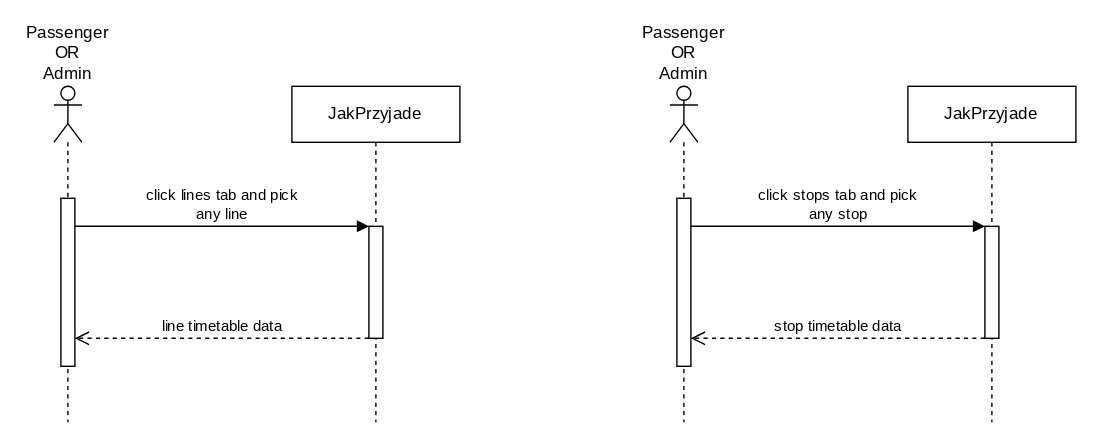
PWR-ACS-SE-24/SoftwareSystemDesign keeps this draw.io diagram as documentation/course/e2/images/sequence-diagram-scenario-check-timetable.drawio.svg. Above is the earlier version. Source tidied: cells renumbered, new cells last; positions are measured from the earlier drawing's top-left corner, leaving out a move shared by most shapes.
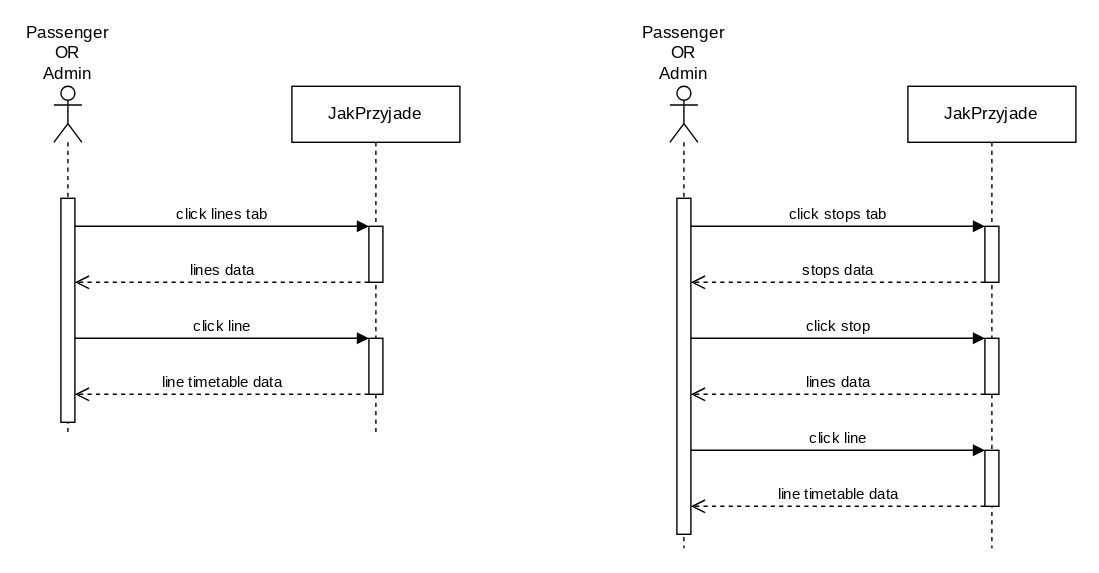
The same diagram one commit later.

Commit message:
Split actions in sequence diagram

The edit, as a diff of the source:
```diff
@@ -3,56 +3,124 @@
     <mxCell id="0" />
     <mxCell id="1" parent="0" />
     <mxCell id="2" value="Passenger&lt;br&gt;OR&lt;br&gt;Admin" style="shape=umlLifeline;perimeter=lifelinePerimeter;whiteSpace=wrap;html=1;newEdgeStyle={&quot;curved&quot;:0,&quot;rounded&quot;:0};participant=umlActor;labelPosition=center;verticalLabelPosition=top;align=center;verticalAlign=bottom;fontFamily=JetBrains Mono;fontSource=https%3A%2F%2Ffonts.googleapis.com%2Fcss%3Ffamily%3DJetBrains%2BMono;" parent="1" vertex="1">
-      <mxGeometry width="20" height="240" as="geometry" />
+      <mxGeometry width="20" height="250" as="geometry" />
     </mxCell>
     <mxCell id="3" style="html=1;points=[[0,0,0,0,5],[0,1,0,0,-5],[1,0,0,0,5],[1,1,0,0,-5]];perimeter=orthogonalPerimeter;outlineConnect=0;targetShapes=umlLifeline;portConstraint=eastwest;newEdgeStyle={&quot;curved&quot;:0,&quot;rounded&quot;:0};fontFamily=JetBrains Mono;fontSource=https%3A%2F%2Ffonts.googleapis.com%2Fcss%3Ffamily%3DJetBrains%2BMono;" parent="2" vertex="1">
-      <mxGeometry x="5" y="80" width="10" height="120" as="geometry" />
+      <mxGeometry x="5" y="80" width="10" height="160" as="geometry" />
     </mxCell>
     <mxCell id="4" value="JakPrzyjade" style="shape=umlLifeline;perimeter=lifelinePerimeter;whiteSpace=wrap;html=1;newEdgeStyle={&quot;curved&quot;:0,&quot;rounded&quot;:0};fontFamily=JetBrains Mono;fontSource=https%3A%2F%2Ffonts.googleapis.com%2Fcss%3Ffamily%3DJetBrains%2BMono;" parent="1" vertex="1">
-      <mxGeometry x="170" width="120" height="240" as="geometry" />
+      <mxGeometry x="170" width="120" height="250" as="geometry" />
     </mxCell>
     <mxCell id="5" style="html=1;points=[[0,0,0,0,5],[0,1,0,0,-5],[1,0,0,0,5],[1,1,0,0,-5]];perimeter=orthogonalPerimeter;outlineConnect=0;targetShapes=umlLifeline;portConstraint=eastwest;newEdgeStyle={&quot;curved&quot;:0,&quot;rounded&quot;:0};fontFamily=JetBrains Mono;fontSource=https%3A%2F%2Ffonts.googleapis.com%2Fcss%3Ffamily%3DJetBrains%2BMono;" parent="4" vertex="1">
-      <mxGeometry x="55" y="100" width="10" height="80" as="geometry" />
+      <mxGeometry x="55" y="100" width="10" height="40" as="geometry" />
     </mxCell>
+    <mxCell id="14" style="html=1;points=[[0,0,0,0,5],[0,1,0,0,-5],[1,0,0,0,5],[1,1,0,0,-5]];perimeter=orthogonalPerimeter;outlineConnect=0;targetShapes=umlLifeline;portConstraint=eastwest;newEdgeStyle={&quot;curved&quot;:0,&quot;rounded&quot;:0};fontFamily=JetBrains Mono;fontSource=https%3A%2F%2Ffonts.googleapis.com%2Fcss%3Ffamily%3DJetBrains%2BMono;" parent="4" vertex="1">
+      <mxGeometry x="55" y="180" width="10" height="40" as="geometry" />
+    </mxCell>
+    <mxCell id="15" value="click line" style="html=1;verticalAlign=bottom;endArrow=block;curved=0;rounded=0;fontFamily=JetBrains Mono;fontSource=https%3A%2F%2Ffonts.googleapis.com%2Fcss%3Ffamily%3DJetBrains%2BMono;" parent="4" edge="1" target="14">
+      <mxGeometry relative="1" as="geometry">
+        <mxPoint x="-155" y="180" as="sourcePoint" />
+        <Array as="points">
+          <mxPoint x="-90" y="180" />
+        </Array>
+      </mxGeometry>
+    </mxCell>
+    <mxCell id="16" value="line timetable data" style="html=1;verticalAlign=bottom;endArrow=open;dashed=1;endSize=8;curved=0;rounded=0;fontFamily=JetBrains Mono;fontSource=https%3A%2F%2Ffonts.googleapis.com%2Fcss%3Ffamily%3DJetBrains%2BMono;" parent="4" edge="1">
+      <mxGeometry relative="1" as="geometry">
+        <mxPoint x="55" y="220" as="sourcePoint" />
+        <mxPoint x="-155" y="220" as="targetPoint" />
+        <Array as="points">
+          <mxPoint x="-90" y="220" />
+        </Array>
+      </mxGeometry>
+    </mxCell>
-    <mxCell id="6" value="click lines tab and pick&lt;br&gt;any line" style="html=1;verticalAlign=bottom;endArrow=block;curved=0;rounded=0;fontFamily=JetBrains Mono;fontSource=https%3A%2F%2Ffonts.googleapis.com%2Fcss%3Ffamily%3DJetBrains%2BMono;" parent="1" edge="1" source="3" target="5">
+    <mxCell id="6" value="click lines tab" style="html=1;verticalAlign=bottom;endArrow=block;curved=0;rounded=0;fontFamily=JetBrains Mono;fontSource=https%3A%2F%2Ffonts.googleapis.com%2Fcss%3Ffamily%3DJetBrains%2BMono;" parent="1" edge="1">
       <mxGeometry relative="1" as="geometry">
+        <mxPoint x="15" y="100" as="sourcePoint" />
+        <mxPoint x="225" y="100" as="targetPoint" />
         <Array as="points">
           <mxPoint x="80" y="100" />
         </Array>
       </mxGeometry>
     </mxCell>
-    <mxCell id="7" value="line timetable data" style="html=1;verticalAlign=bottom;endArrow=open;dashed=1;endSize=8;curved=0;rounded=0;fontFamily=JetBrains Mono;fontSource=https%3A%2F%2Ffonts.googleapis.com%2Fcss%3Ffamily%3DJetBrains%2BMono;" parent="1" edge="1" source="5" target="3">
+    <mxCell id="7" value="lines data" style="html=1;verticalAlign=bottom;endArrow=open;dashed=1;endSize=8;curved=0;rounded=0;fontFamily=JetBrains Mono;fontSource=https%3A%2F%2Ffonts.googleapis.com%2Fcss%3Ffamily%3DJetBrains%2BMono;" parent="1" edge="1">
       <mxGeometry relative="1" as="geometry">
+        <mxPoint x="225" y="140" as="sourcePoint" />
+        <mxPoint x="15" y="140" as="targetPoint" />
         <Array as="points">
-          <mxPoint x="80" y="180" />
+          <mxPoint x="80" y="140" />
         </Array>
       </mxGeometry>
     </mxCell>
     <mxCell id="8" value="Passenger&lt;br&gt;OR&lt;br&gt;Admin" style="shape=umlLifeline;perimeter=lifelinePerimeter;whiteSpace=wrap;html=1;newEdgeStyle={&quot;curved&quot;:0,&quot;rounded&quot;:0};participant=umlActor;labelPosition=center;verticalLabelPosition=top;align=center;verticalAlign=bottom;fontFamily=JetBrains Mono;fontSource=https%3A%2F%2Ffonts.googleapis.com%2Fcss%3Ffamily%3DJetBrains%2BMono;" parent="1" vertex="1">
-      <mxGeometry x="440" width="20" height="240" as="geometry" />
+      <mxGeometry x="440" width="20" height="330" as="geometry" />
     </mxCell>
-    <mxCell id="9" style="html=1;points=[[0,0,0,0,5],[0,1,0,0,-5],[1,0,0,0,5],[1,1,0,0,-5]];perimeter=orthogonalPerimeter;outlineConnect=0;targetShapes=umlLifeline;portConstraint=eastwest;newEdgeStyle={&quot;curved&quot;:0,&quot;rounded&quot;:0};fontFamily=JetBrains Mono;fontSource=https%3A%2F%2Ffonts.googleapis.com%2Fcss%3Ffamily%3DJetBrains%2BMono;" parent="8" vertex="1">
-      <mxGeometry x="5" y="80" width="10" height="120" as="geometry" />
-    </mxCell>
+    <mxCell id="17" style="html=1;perimeter=orthogonalPerimeter;targetShapes=umlLifeline;newEdgeStyle={&quot;curved&quot;:0,&quot;rounded&quot;:0};fontFamily=JetBrains Mono;fontSource=https%3A%2F%2Ffonts.googleapis.com%2Fcss%3Ffamily%3DJetBrains%2BMono;" parent="8" vertex="1">
+      <mxGeometry x="5" y="80" width="10" height="240" as="geometry" />
+    </mxCell>
     <mxCell id="10" value="JakPrzyjade" style="shape=umlLifeline;perimeter=lifelinePerimeter;whiteSpace=wrap;html=1;newEdgeStyle={&quot;curved&quot;:0,&quot;rounded&quot;:0};fontFamily=JetBrains Mono;fontSource=https%3A%2F%2Ffonts.googleapis.com%2Fcss%3Ffamily%3DJetBrains%2BMono;" parent="1" vertex="1">
-      <mxGeometry x="610" width="120" height="240" as="geometry" />
+      <mxGeometry x="610" width="120" height="330" as="geometry" />
     </mxCell>
-    <mxCell id="11" style="html=1;points=[[0,0,0,0,5],[0,1,0,0,-5],[1,0,0,0,5],[1,1,0,0,-5]];perimeter=orthogonalPerimeter;outlineConnect=0;targetShapes=umlLifeline;portConstraint=eastwest;newEdgeStyle={&quot;curved&quot;:0,&quot;rounded&quot;:0};fontFamily=JetBrains Mono;fontSource=https%3A%2F%2Ffonts.googleapis.com%2Fcss%3Ffamily%3DJetBrains%2BMono;" parent="10" vertex="1">
-      <mxGeometry x="55" y="100" width="10" height="80" as="geometry" />
-    </mxCell>
-    <mxCell id="12" value="click stops tab and pick &lt;br&gt;any stop" style="html=1;verticalAlign=bottom;endArrow=block;curved=0;rounded=0;fontFamily=JetBrains Mono;fontSource=https%3A%2F%2Ffonts.googleapis.com%2Fcss%3Ffamily%3DJetBrains%2BMono;" parent="1" edge="1" source="9" target="11">
-      <mxGeometry relative="1" as="geometry">
-        <Array as="points">
-          <mxPoint x="520" y="100" />
-        </Array>
-      </mxGeometry>
-    </mxCell>
-    <mxCell id="13" value="stop timetable data" style="html=1;verticalAlign=bottom;endArrow=open;dashed=1;endSize=8;curved=0;rounded=0;fontFamily=JetBrains Mono;fontSource=https%3A%2F%2Ffonts.googleapis.com%2Fcss%3Ffamily%3DJetBrains%2BMono;" parent="1" edge="1" source="11" target="9">
-      <mxGeometry relative="1" as="geometry">
-        <Array as="points">
-          <mxPoint x="520" y="180" />
-        </Array>
-      </mxGeometry>
-    </mxCell>
+    <mxCell id="18" style="html=1;perimeter=orthogonalPerimeter;targetShapes=umlLifeline;newEdgeStyle={&quot;curved&quot;:0,&quot;rounded&quot;:0};fontFamily=JetBrains Mono;fontSource=https%3A%2F%2Ffonts.googleapis.com%2Fcss%3Ffamily%3DJetBrains%2BMono;" parent="10" vertex="1">
+      <mxGeometry x="55" y="100" width="10" height="40" as="geometry" />
+    </mxCell>
+    <mxCell id="19" style="html=1;points=[[0,0,0,0,5],[0,1,0,0,-5],[1,0,0,0,5],[1,1,0,0,-5]];perimeter=orthogonalPerimeter;outlineConnect=0;targetShapes=umlLifeline;portConstraint=eastwest;newEdgeStyle={&quot;curved&quot;:0,&quot;rounded&quot;:0};fontFamily=JetBrains Mono;fontSource=https%3A%2F%2Ffonts.googleapis.com%2Fcss%3Ffamily%3DJetBrains%2BMono;" parent="10" vertex="1">
+      <mxGeometry x="55" y="180" width="10" height="40" as="geometry" />
+    </mxCell>
+    <mxCell id="20" value="click stop" style="html=1;verticalAlign=bottom;endArrow=block;curved=0;rounded=0;fontFamily=JetBrains Mono;fontSource=https%3A%2F%2Ffonts.googleapis.com%2Fcss%3Ffamily%3DJetBrains%2BMono;" parent="10" edge="1" target="19">
+      <mxGeometry relative="1" as="geometry">
+        <mxPoint x="-155" y="180" as="sourcePoint" />
+        <Array as="points">
+          <mxPoint x="-90" y="180" />
+        </Array>
+      </mxGeometry>
+    </mxCell>
+    <mxCell id="21" value="lines data" style="html=1;verticalAlign=bottom;endArrow=open;dashed=1;endSize=8;curved=0;rounded=0;fontFamily=JetBrains Mono;fontSource=https%3A%2F%2Ffonts.googleapis.com%2Fcss%3Ffamily%3DJetBrains%2BMono;" parent="10" edge="1">
+      <mxGeometry relative="1" as="geometry">
+        <mxPoint x="55" y="220" as="sourcePoint" />
+        <mxPoint x="-155" y="220" as="targetPoint" />
+        <Array as="points">
+          <mxPoint x="-90" y="220" />
+        </Array>
+      </mxGeometry>
+    </mxCell>
+    <mxCell id="22" style="html=1;points=[[0,0,0,0,5],[0,1,0,0,-5],[1,0,0,0,5],[1,1,0,0,-5]];perimeter=orthogonalPerimeter;outlineConnect=0;targetShapes=umlLifeline;portConstraint=eastwest;newEdgeStyle={&quot;curved&quot;:0,&quot;rounded&quot;:0};fontFamily=JetBrains Mono;fontSource=https%3A%2F%2Ffonts.googleapis.com%2Fcss%3Ffamily%3DJetBrains%2BMono;" parent="10" vertex="1">
+      <mxGeometry x="55" y="260" width="10" height="40" as="geometry" />
+    </mxCell>
+    <mxCell id="23" value="click line" style="html=1;verticalAlign=bottom;endArrow=block;curved=0;rounded=0;fontFamily=JetBrains Mono;fontSource=https%3A%2F%2Ffonts.googleapis.com%2Fcss%3Ffamily%3DJetBrains%2BMono;" parent="10" edge="1" target="22">
+      <mxGeometry relative="1" as="geometry">
+        <mxPoint x="-155" y="260" as="sourcePoint" />
+        <Array as="points">
+          <mxPoint x="-90" y="260" />
+        </Array>
+      </mxGeometry>
+    </mxCell>
+    <mxCell id="24" value="line timetable data" style="html=1;verticalAlign=bottom;endArrow=open;dashed=1;endSize=8;curved=0;rounded=0;fontFamily=JetBrains Mono;fontSource=https%3A%2F%2Ffonts.googleapis.com%2Fcss%3Ffamily%3DJetBrains%2BMono;" parent="10" edge="1">
+      <mxGeometry relative="1" as="geometry">
+        <mxPoint x="55" y="300" as="sourcePoint" />
+        <mxPoint x="-155" y="300" as="targetPoint" />
+        <Array as="points">
+          <mxPoint x="-90" y="300" />
+        </Array>
+      </mxGeometry>
+    </mxCell>
+    <mxCell id="25" value="click stops tab" style="html=1;verticalAlign=bottom;endArrow=block;curved=0;rounded=0;fontFamily=JetBrains Mono;fontSource=https%3A%2F%2Ffonts.googleapis.com%2Fcss%3Ffamily%3DJetBrains%2BMono;" parent="1" edge="1">
+      <mxGeometry relative="1" as="geometry">
+        <mxPoint x="455" y="100" as="sourcePoint" />
+        <mxPoint x="665" y="100" as="targetPoint" />
+        <Array as="points">
+          <mxPoint x="520" y="100" />
+        </Array>
+      </mxGeometry>
+    </mxCell>
+    <mxCell id="26" value="stops data" style="html=1;verticalAlign=bottom;endArrow=open;dashed=1;endSize=8;curved=0;rounded=0;fontFamily=JetBrains Mono;fontSource=https%3A%2F%2Ffonts.googleapis.com%2Fcss%3Ffamily%3DJetBrains%2BMono;" parent="1" edge="1">
+      <mxGeometry relative="1" as="geometry">
+        <mxPoint x="665" y="140" as="sourcePoint" />
+        <mxPoint x="455" y="140" as="targetPoint" />
+        <Array as="points">
+          <mxPoint x="520" y="140" />
+        </Array>
+      </mxGeometry>
+    </mxCell>
   </root>
 </mxGraphModel>
```
